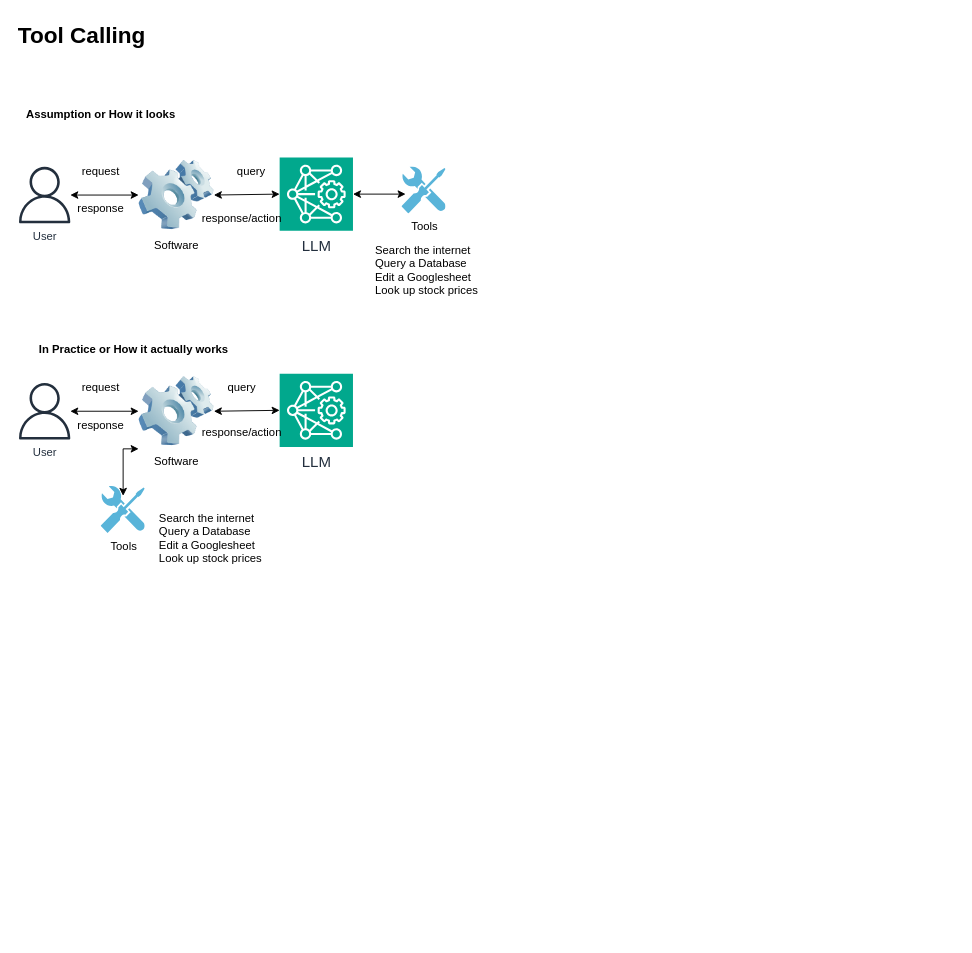
Before: page "Page-1" (1 of 2) of docs/AI Engineer Agentic Track/Agentic AI - Learning - Diagrams and Notes .drawio in kashyap-r/kr-ai-workshop, a draw.io diagram. Source tidied: cells renumbered, new cells numbered last; positions are measured from the earlier drawing's top-left corner, leaving out a move shared by most shapes. Both pictures are drawn from the tidied source at 94%, with x=0, y=0 at pixel (16, 16).
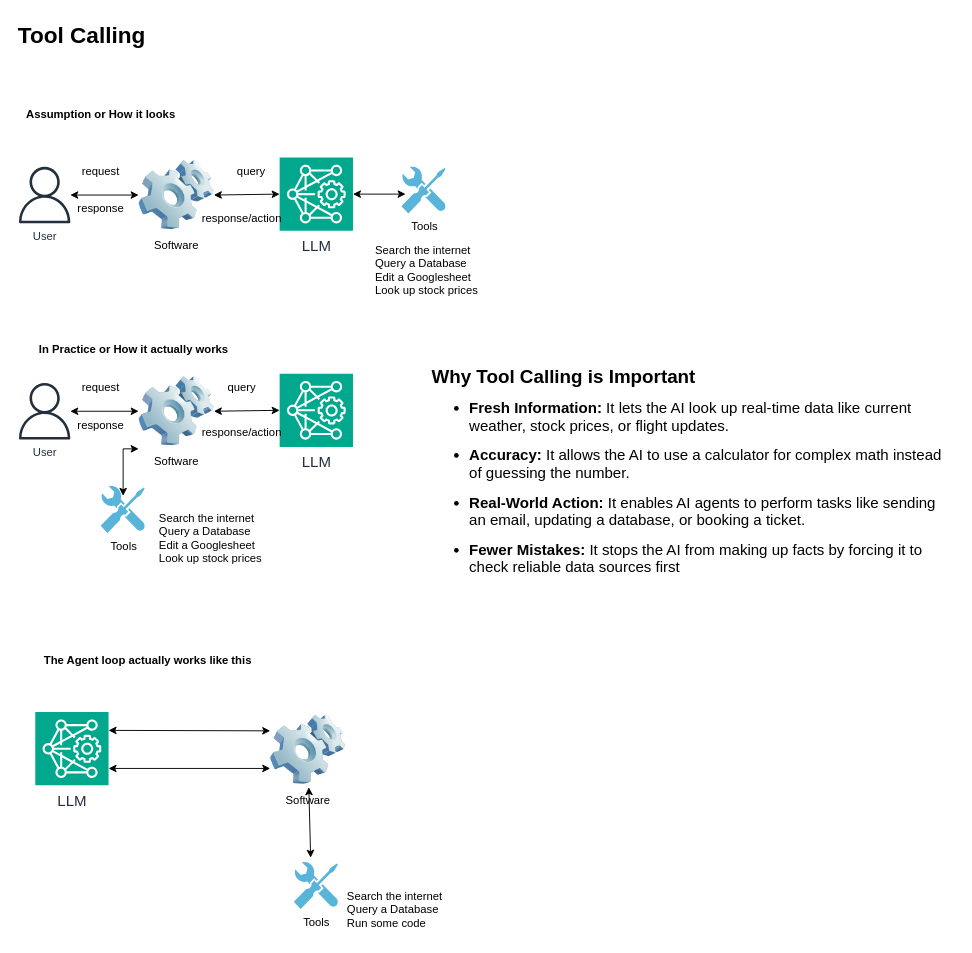
Above is the later version.

Diff of the diagram source:
```diff
@@
+    <mxCell id="29" value="&lt;div class=&quot;otQkpb&quot; aria-level=&quot;3&quot; role=&quot;heading&quot; style=&quot;font-family: Google Sans, Arial, sans-serif; font-size: 20px; font-weight: 600; margin: 24px 0px 12px; text-decoration: none; border-bottom: 0px rgb(230, 232, 240);&quot;&gt;Why Tool Calling is Important&lt;/div&gt;&lt;ul class=&quot;KsbFXc U6u95&quot; style=&quot;font-family: Google Sans, Arial, sans-serif; font-size: 16px; font-weight: 400; margin: 12px 0px 16px; text-decoration: none; border-bottom: 0px rgb(230, 232, 240);&quot;&gt;&lt;li class=&quot;Z1qcYe&quot; style=&quot;font-family: Google Sans, Arial, sans-serif; font-size: 16px; font-weight: 400; margin: 0px 0px 12px; text-decoration: none; border-bottom: 0px rgb(230, 232, 240);&quot;&gt;&lt;span class=&quot;iNqyIf&quot; style=&quot;font-family: Google Sans, Arial, sans-serif; font-size: 16px; font-weight: 400; margin: 0px; text-decoration: none; border-bottom: 0px rgb(230, 232, 240);&quot;&gt;&lt;strong class=&quot;rQesXe MPyX&quot; style=&quot;font-family: Google Sans, Arial, sans-serif; font-size: 16px; font-weight: 700; margin: 0px; text-decoration: none; border-bottom: 0px rgb(230, 232, 240);&quot;&gt;Fresh Information:&lt;/strong&gt; It lets the AI look up real-time data like current weather, stock prices, or flight updates.&lt;/span&gt;&lt;/li&gt;&lt;li class=&quot;Z1qcYe&quot; style=&quot;font-family: Google Sans, Arial, sans-serif; font-size: 16px; font-weight: 400; margin: 0px 0px 12px; text-decoration: none; border-bottom: 0px rgb(230, 232, 240);&quot;&gt;&lt;span class=&quot;iNqyIf&quot; style=&quot;font-family: Google Sans, Arial, sans-serif; font-size: 16px; font-weight: 400; margin: 0px; text-decoration: none; border-bottom: 0px rgb(230, 232, 240);&quot;&gt;&lt;strong class=&quot;rQesXe MPyX&quot; style=&quot;font-family: Google Sans, Arial, sans-serif; font-size: 16px; font-weight: 700; margin: 0px; text-decoration: none; border-bottom: 0px rgb(230, 232, 240);&quot;&gt;Accuracy:&lt;/strong&gt; It allows the AI to use a calculator for complex math instead of guessing the number.&lt;/span&gt;&lt;/li&gt;&lt;li class=&quot;Z1qcYe&quot; style=&quot;font-family: Google Sans, Arial, sans-serif; font-size: 16px; font-weight: 400; margin: 0px 0px 12px; text-decoration: none; border-bottom: 0px rgb(230, 232, 240);&quot;&gt;&lt;span class=&quot;iNqyIf&quot; style=&quot;font-family: Google Sans, Arial, sans-serif; font-size: 16px; font-weight: 400; margin: 0px; text-decoration: none; border-bottom: 0px rgb(230, 232, 240);&quot;&gt;&lt;strong class=&quot;rQesXe MPyX&quot; style=&quot;font-family: Google Sans, Arial, sans-serif; font-size: 16px; font-weight: 700; margin: 0px; text-decoration: none; border-bottom: 0px rgb(230, 232, 240);&quot;&gt;Real-World Action:&lt;/strong&gt; It enables AI agents to perform tasks like sending an email, updating a database, or booking a ticket.&lt;/span&gt;&lt;/li&gt;&lt;li class=&quot;Z1qcYe&quot; style=&quot;font-family: Google Sans, Arial, sans-serif; font-size: 16px; font-weight: 400; margin: 0px 0px 12px; text-decoration: none; border-bottom: 0px rgb(230, 232, 240);&quot;&gt;&lt;span class=&quot;iNqyIf&quot; aria-owns=&quot;action-menu-parent-container&quot; style=&quot;font-family: Google Sans, Arial, sans-serif; font-size: 16px; font-weight: 400; margin: 0px; text-decoration: none; border-bottom: 0px rgb(230, 232, 240);&quot;&gt;&lt;strong class=&quot;rQesXe MPyX&quot; style=&quot;font-family: Google Sans, Arial, sans-serif; font-size: 16px; font-weight: 700; margin: 0px; text-decoration: none; border-bottom: 0px rgb(230, 232, 240);&quot;&gt;Fewer Mistakes:&lt;/strong&gt; It stops the AI from making up facts by forcing it to check reliable data sources first&lt;/span&gt;&lt;/li&gt;&lt;/ul&gt;" style="text;whiteSpace=wrap;html=1;" parent="1" vertex="1">
+      <mxGeometry x="440" y="340" width="560" height="290" as="geometry" />
+    </mxCell>
+    <mxCell id="30" value="LLM" style="sketch=0;points=[[0,0,0],[0.25,0,0],[0.5,0,0],[0.75,0,0],[1,0,0],[0,1,0],[0.25,1,0],[0.5,1,0],[0.75,1,0],[1,1,0],[0,0.25,0],[0,0.5,0],[0,0.75,0],[1,0.25,0],[1,0.5,0],[1,0.75,0]];outlineConnect=0;fontColor=#232F3E;fillColor=#01A88D;strokeColor=#ffffff;dashed=0;verticalLabelPosition=bottom;verticalAlign=top;align=center;html=1;fontSize=16;fontStyle=0;shape=mxgraph.aws4.resourceIcon;resIcon=mxgraph.aws4.deep_learning_amis;" parent="1" vertex="1">
+      <mxGeometry x="20" y="740" width="78" height="78" as="geometry" />
+    </mxCell>
+    <mxCell id="31" value="Software" style="image;html=1;image=img/lib/clip_art/computers/Software_128x128.png;" parent="1" vertex="1">
+      <mxGeometry x="270" y="740" width="80" height="80" as="geometry" />
+    </mxCell>
+    <mxCell id="32" style="endArrow=classic;startArrow=classic;html=1;rounded=0;entryX=0;entryY=0.25;entryDx=0;entryDy=0;exitX=1;exitY=0.25;exitDx=0;exitDy=0;exitPerimeter=0;" parent="1" edge="1" source="30" target="31">
+      <mxGeometry relative="1" as="geometry" />
+    </mxCell>
+    <mxCell id="33" style="endArrow=classic;startArrow=classic;html=1;rounded=0;entryX=0;entryY=0.25;entryDx=0;entryDy=0;exitX=1;exitY=0.25;exitDx=0;exitDy=0;exitPerimeter=0;" parent="1" edge="1">
+      <mxGeometry relative="1" as="geometry">
+        <mxPoint x="98" y="800" as="sourcePoint" />
+        <mxPoint x="270" y="800" as="targetPoint" />
+      </mxGeometry>
+    </mxCell>
+    <mxCell id="34" value="Tools" style="image;sketch=0;html=1;points=[];align=center;fontSize=12;image=img/lib/mscae/Tools.svg;" parent="1" vertex="1">
+      <mxGeometry x="295.5" y="900" width="47" height="50" as="geometry" />
+    </mxCell>
+    <mxCell id="35" style="endArrow=classic;startArrow=classic;html=1;rounded=0;entryX=0.372;entryY=-0.1;entryDx=0;entryDy=0;entryPerimeter=0;" parent="1" edge="1" source="31" target="34">
+      <mxGeometry relative="1" as="geometry" />
+    </mxCell>
+    <mxCell id="36" value="Search the internet&lt;div&gt;Query a Database&lt;/div&gt;&lt;div&gt;Run some code&lt;/div&gt;" style="text;html=1;whiteSpace=wrap;strokeColor=none;fillColor=none;align=left;verticalAlign=middle;rounded=0;" parent="1" vertex="1">
+      <mxGeometry x="350" y="920" width="130" height="60" as="geometry" />
+    </mxCell>
+    <mxCell id="37" value="The Agent loop actually works like this" style="text;html=1;whiteSpace=wrap;strokeColor=none;fillColor=none;align=center;verticalAlign=middle;rounded=0;fontStyle=1;" parent="1" vertex="1">
+      <mxGeometry x="20" y="670" width="240" height="30" as="geometry" />
+    </mxCell>
```
